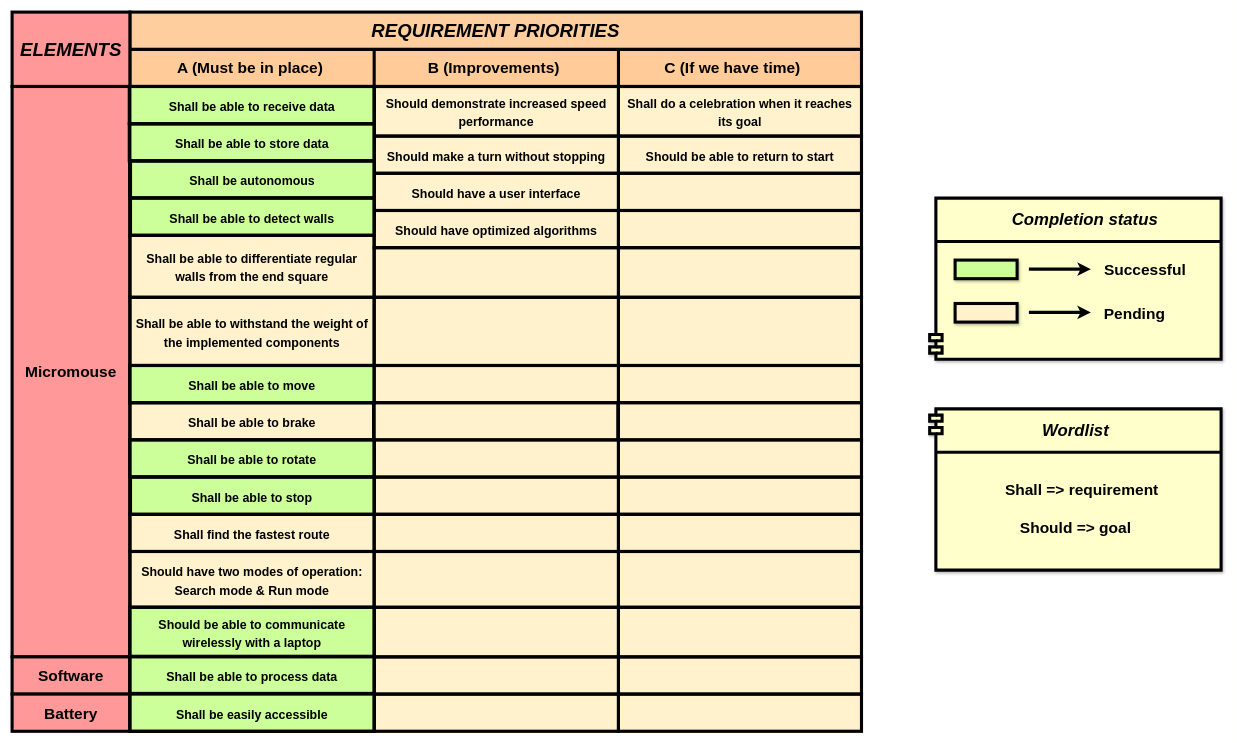
Above: Project infrastructure/ABC-requirements.drawio in asklindbraten/2023Gruppe4-Micromouse (draw.io), before the change. Source tidied: cells renumbered, new cells numbered last; positions are measured from the earlier drawing's top-left corner, leaving out a move shared by most shapes. Both pictures are drawn from the tidied source at 62%, with x=0, y=0 at pixel (12, 12).
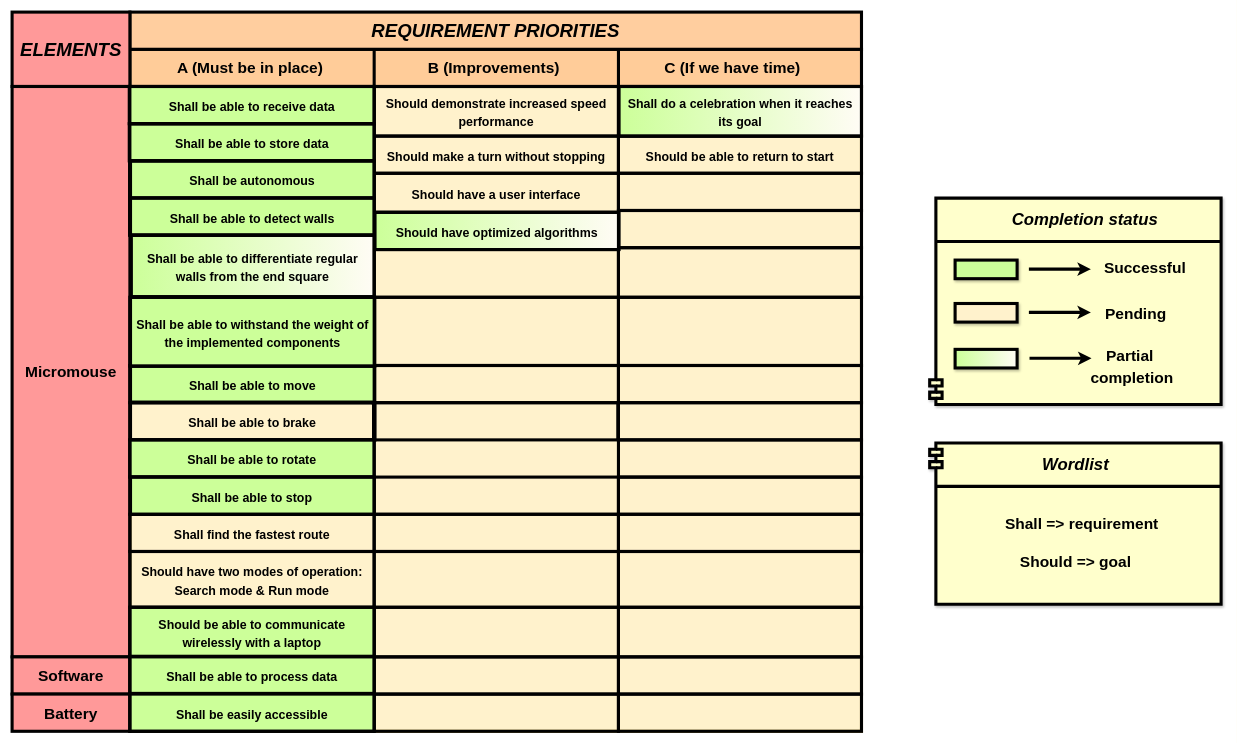
The same page after the edit.

Diff of the diagram source:
```diff
@@
     <mxCell id="16" value="&lt;span style=&quot;font-size: 20px;&quot;&gt;Should have a user interface&lt;/span&gt;" style="rounded=0;whiteSpace=wrap;html=1;strokeWidth=5;fontSize=25;fillColor=none;gradientColor=none;gradientDirection=west;fontStyle=1;" parent="1" vertex="1">
-      <mxGeometry x="584" y="260" width="394" height="60" as="geometry" />
+      <mxGeometry x="584" y="260" width="394" height="63" as="geometry" />
     </mxCell>
-    <mxCell id="17" value="&lt;span style=&quot;font-size: 20px;&quot;&gt;Should have optimized algorithms&lt;/span&gt;" style="rounded=0;whiteSpace=wrap;html=1;strokeWidth=5;fontSize=25;fillColor=none;gradientColor=none;gradientDirection=west;fontStyle=1;" parent="1" vertex="1">
-      <mxGeometry x="584" y="320" width="394" height="60" as="geometry" />
-    </mxCell>
-    <mxCell id="18" value="&lt;font style=&quot;font-size: 20px;&quot;&gt;Shall do a celebration when it reaches its goal&lt;/font&gt;" style="rounded=0;whiteSpace=wrap;html=1;strokeWidth=5;fontSize=25;fillColor=none;gradientColor=none;gradientDirection=west;fontStyle=1;" parent="1" vertex="1">
-      <mxGeometry x="978" y="120" width="392" height="80" as="geometry" />
-    </mxCell>
@@
     <mxCell id="30" style="rounded=0;whiteSpace=wrap;html=1;strokeWidth=5;fontSize=25;fillColor=none;gradientColor=none;gradientDirection=west;fontStyle=1;" parent="1" vertex="1">
-      <mxGeometry x="584" y="690" width="394" height="60" as="geometry" />
+      <mxGeometry x="191" y="630" width="394" height="60" as="geometry" />
     </mxCell>
@@
-    <mxCell id="43" value="&lt;span id=&quot;docs-internal-guid-b6cd6df0-7fff-4977-2a19-5d41a233b6b3&quot;&gt;&lt;span style=&quot;font-family: Arial, sans-serif; background-color: transparent; font-variant-numeric: normal; font-variant-east-asian: normal; vertical-align: baseline;&quot;&gt;&lt;font style=&quot;font-size: 20px;&quot;&gt;Shall be able to differentiate regular walls from the end square&lt;/font&gt;&lt;/span&gt;&lt;/span&gt;" style="rounded=0;whiteSpace=wrap;html=1;strokeWidth=5;fontSize=25;fillColor=none;gradientColor=none;gradientDirection=west;fontStyle=1;" parent="1" vertex="1">
-      <mxGeometry x="190" y="360" width="394" height="100" as="geometry" />
-    </mxCell>
-    <mxCell id="44" value="&lt;span id=&quot;docs-internal-guid-7dd93926-7fff-0476-73ab-c88662d5bdf3&quot;&gt;&lt;span style=&quot;font-family: Arial, sans-serif; background-color: transparent; font-variant-numeric: normal; font-variant-east-asian: normal; vertical-align: baseline;&quot;&gt;&lt;font style=&quot;font-size: 20px;&quot;&gt;Shall be able to withstand the weight of the implemented components&lt;/font&gt;&lt;/span&gt;&lt;/span&gt;" style="rounded=0;whiteSpace=wrap;html=1;strokeWidth=5;fontSize=25;fillColor=none;gradientColor=none;gradientDirection=west;fontStyle=1;" parent="1" vertex="1">
-      <mxGeometry x="190" y="460" width="394" height="110" as="geometry" />
-    </mxCell>
     <mxCell id="45" value="&lt;span id=&quot;docs-internal-guid-7dd93926-7fff-0476-73ab-c88662d5bdf3&quot;&gt;&lt;span style=&quot;font-family: Arial, sans-serif; background-color: transparent; font-variant-numeric: normal; font-variant-east-asian: normal; vertical-align: baseline;&quot;&gt;&lt;font style=&quot;font-size: 20px;&quot;&gt;Shall be able to brake&lt;/font&gt;&lt;/span&gt;&lt;/span&gt;" style="rounded=0;whiteSpace=wrap;html=1;strokeWidth=5;fontSize=25;fillColor=none;gradientColor=none;gradientDirection=west;fontStyle=1;" parent="1" vertex="1">
-      <mxGeometry x="190" y="630" width="394" height="60" as="geometry" />
+      <mxGeometry x="190" y="630" width="395" height="60" as="geometry" />
     </mxCell>
@@
     <mxCell id="49" style="shape=module;align=left;spacingLeft=20;align=center;verticalAlign=top;shadow=1;strokeColor=#000000;strokeWidth=5;fontSize=27;fillColor=#FFFFCC;gradientColor=none;gradientDirection=south;fontStyle=3;" parent="1" vertex="1">
-      <mxGeometry x="1480" y="640" width="470" height="260" as="geometry" />
+      <mxGeometry x="1480" y="695" width="470" height="260" as="geometry" />
     </mxCell>
     <mxCell id="50" value="&lt;b&gt;&lt;i&gt;Wordlist&lt;/i&gt;&lt;/b&gt;" style="text;html=1;align=center;verticalAlign=middle;strokeColor=none;fillColor=none;fontSize=27;" parent="1" vertex="1">
-      <mxGeometry x="1650" y="650" width="130" height="50" as="geometry" />
+      <mxGeometry x="1650" y="705" width="130" height="50" as="geometry" />
     </mxCell>
     <mxCell id="51" style="endArrow=none;html=1;rounded=0;strokeWidth=5;fontSize=27;exitX=0;exitY=0.25;exitDx=0;exitDy=0;" parent="1" edge="1">
       <mxGeometry relative="1" as="geometry">
-        <mxPoint x="1490" y="710" as="sourcePoint" />
-        <mxPoint x="1950" y="710" as="targetPoint" />
+        <mxPoint x="1490" y="765" as="sourcePoint" />
+        <mxPoint x="1950" y="765" as="targetPoint" />
       </mxGeometry>
     </mxCell>
     <mxCell id="52" style="shape=module;align=left;spacingLeft=20;align=center;verticalAlign=top;shadow=1;strokeColor=#000000;strokeWidth=5;fontSize=27;fillColor=#FFFFCC;gradientColor=none;gradientDirection=south;fontStyle=3;flipV=1;" parent="1" vertex="1">
-      <mxGeometry x="1480" y="300" width="470" height="260" as="geometry" />
+      <mxGeometry x="1480" y="300" width="470" height="333" as="geometry" />
     </mxCell>
@@
     <mxCell id="57" value="&lt;b&gt;&lt;font style=&quot;font-size: 25px;&quot;&gt;Successful&lt;/font&gt;&lt;/b&gt;" style="text;html=1;align=center;verticalAlign=middle;strokeColor=none;fillColor=none;fontSize=30;" parent="1" vertex="1">
-      <mxGeometry x="1747" y="388" width="160" height="50" as="geometry" />
+      <mxGeometry x="1747" y="384.5" width="160" height="50" as="geometry" />
     </mxCell>
@@
     <mxCell id="60" value="&lt;b&gt;&lt;font style=&quot;font-size: 25px;&quot;&gt;Pending&lt;/font&gt;&lt;/b&gt;" style="text;html=1;align=center;verticalAlign=middle;strokeColor=none;fillColor=none;fontSize=30;" parent="1" vertex="1">
-      <mxGeometry x="1750" y="460" width="120" height="50" as="geometry" />
+      <mxGeometry x="1752" y="460" width="120" height="50" as="geometry" />
     </mxCell>
@@
     <mxCell id="62" value="&lt;b&gt;Shall =&amp;gt; requirement&lt;/b&gt;" style="text;html=1;align=center;verticalAlign=middle;strokeColor=none;fillColor=none;fontSize=25;" parent="1" vertex="1">
-      <mxGeometry x="1590" y="750" width="270" height="40" as="geometry" />
+      <mxGeometry x="1590" y="805" width="270" height="40" as="geometry" />
     </mxCell>
     <mxCell id="63" value="&lt;b&gt;Should =&amp;gt; goal&lt;/b&gt;" style="text;html=1;align=center;verticalAlign=middle;strokeColor=none;fillColor=none;fontSize=25;" parent="1" vertex="1">
-      <mxGeometry x="1615" y="810" width="200" height="40" as="geometry" />
+      <mxGeometry x="1615" y="865" width="200" height="40" as="geometry" />
     </mxCell>
@@
     <mxCell id="67" value="&lt;span id=&quot;docs-internal-guid-7dd93926-7fff-0476-73ab-c88662d5bdf3&quot;&gt;&lt;span style=&quot;font-family: Arial, sans-serif; background-color: transparent; font-variant-numeric: normal; font-variant-east-asian: normal; vertical-align: baseline;&quot;&gt;&lt;font style=&quot;font-size: 20px;&quot;&gt;Shall be able to move&lt;/font&gt;&lt;/span&gt;&lt;/span&gt;" style="rounded=0;whiteSpace=wrap;html=1;strokeWidth=5;fontSize=25;fillColor=none;gradientColor=none;gradientDirection=west;fontStyle=1;" parent="1" vertex="1">
-      <mxGeometry x="190" y="570" width="394" height="60" as="geometry" />
+      <mxGeometry x="191" y="571" width="394" height="58" as="geometry" />
     </mxCell>
@@
+    <mxCell id="83" style="rounded=0;whiteSpace=wrap;html=1;fillColor=#CCFF99;strokeWidth=5;gradientColor=#FFFCF5;gradientDirection=east;" parent="1" vertex="1">
+      <mxGeometry x="192" y="360" width="392" height="99" as="geometry" />
+    </mxCell>
     <mxCell id="79" value="&lt;font style=&quot;font-size: 20px;&quot;&gt;Shall be able to detect walls&lt;/font&gt;" style="rounded=0;whiteSpace=wrap;html=1;strokeWidth=5;fontSize=25;fillColor=none;gradientColor=none;gradientDirection=west;fontStyle=1;" parent="1" vertex="1">
-      <mxGeometry x="190" y="300" width="394" height="60" as="geometry" />
+      <mxGeometry x="189.5" y="300" width="394.5" height="60" as="geometry" />
     </mxCell>
@@
+    <mxCell id="84" style="rounded=0;whiteSpace=wrap;html=1;fillColor=#CCFF99;strokeWidth=5;gradientColor=#FFFCF5;gradientDirection=east;" parent="1" vertex="1">
+      <mxGeometry x="585" y="323" width="393" height="60" as="geometry" />
+    </mxCell>
+    <mxCell id="85" style="rounded=0;whiteSpace=wrap;html=1;fillColor=#CCFF99;strokeWidth=5;gradientColor=#FFFCF5;gradientDirection=east;" parent="1" vertex="1">
+      <mxGeometry x="978" y="120" width="392" height="80" as="geometry" />
+    </mxCell>
+    <mxCell id="86" style="rounded=0;whiteSpace=wrap;html=1;fillColor=#CCFF99;strokeWidth=5;" parent="1" vertex="1">
+      <mxGeometry x="190" y="460" width="394" height="111" as="geometry" />
+    </mxCell>
+    <mxCell id="44" value="&lt;span id=&quot;docs-internal-guid-7dd93926-7fff-0476-73ab-c88662d5bdf3&quot;&gt;&lt;span style=&quot;font-family: Arial, sans-serif; background-color: transparent; font-variant-numeric: normal; font-variant-east-asian: normal; vertical-align: baseline;&quot;&gt;&lt;font style=&quot;font-size: 20px;&quot;&gt;Shall be able to withstand the weight of the implemented components&lt;/font&gt;&lt;/span&gt;&lt;/span&gt;" style="rounded=0;whiteSpace=wrap;html=1;strokeWidth=5;fontSize=25;fillColor=none;gradientColor=none;gradientDirection=west;fontStyle=1;" parent="1" vertex="1">
+      <mxGeometry x="191" y="460" width="394" height="111" as="geometry" />
+    </mxCell>
+    <mxCell id="43" value="&lt;span id=&quot;docs-internal-guid-b6cd6df0-7fff-4977-2a19-5d41a233b6b3&quot;&gt;&lt;span style=&quot;font-family: Arial, sans-serif; background-color: transparent; font-variant-numeric: normal; font-variant-east-asian: normal; vertical-align: baseline;&quot;&gt;&lt;font style=&quot;font-size: 20px;&quot;&gt;Shall be able to differentiate regular walls from the end square&lt;/font&gt;&lt;/span&gt;&lt;/span&gt;" style="rounded=0;whiteSpace=wrap;html=1;strokeWidth=5;fontSize=25;fillColor=none;gradientColor=none;gradientDirection=west;fontStyle=1;" parent="1" vertex="1">
+      <mxGeometry x="192" y="359.5" width="392" height="100" as="geometry" />
+    </mxCell>
+    <mxCell id="17" value="&lt;span style=&quot;font-size: 20px;&quot;&gt;Should have optimized algorithms&lt;/span&gt;" style="rounded=0;whiteSpace=wrap;html=1;strokeWidth=5;fontSize=25;fillColor=none;gradientColor=none;gradientDirection=west;fontStyle=1;" parent="1" vertex="1">
+      <mxGeometry x="585" y="323" width="394" height="60" as="geometry" />
+    </mxCell>
+    <mxCell id="18" value="&lt;font style=&quot;font-size: 20px;&quot;&gt;Shall do a celebration when it reaches its goal&lt;/font&gt;" style="rounded=0;whiteSpace=wrap;html=1;strokeWidth=5;fontSize=25;fillColor=none;gradientColor=none;gradientDirection=west;fontStyle=1;" parent="1" vertex="1">
+      <mxGeometry x="979" y="120" width="391" height="80" as="geometry" />
+    </mxCell>
+    <mxCell id="87" style="rounded=0;whiteSpace=wrap;html=1;shadow=1;strokeColor=#000000;strokeWidth=5;fontSize=30;fillColor=#CCFF99;gradientColor=#FFFCF5;gradientDirection=east;" parent="1" vertex="1">
+      <mxGeometry x="1521" y="544" width="100" height="30" as="geometry" />
+    </mxCell>
+    <mxCell id="88" style="endArrow=classic;html=1;rounded=0;strokeWidth=5;fontSize=30;" parent="1" edge="1">
+      <mxGeometry relative="1" as="geometry">
+        <mxPoint x="1641" y="558.4" as="sourcePoint" />
+        <mxPoint x="1741" y="558.4" as="targetPoint" />
+      </mxGeometry>
+    </mxCell>
+    <mxCell id="89" value="&lt;b&gt;&lt;font style=&quot;font-size: 25px;&quot;&gt;Partial&amp;nbsp;&lt;br&gt;completion&lt;br&gt;&lt;/font&gt;&lt;/b&gt;" style="text;html=1;align=center;verticalAlign=middle;strokeColor=none;fillColor=none;fontSize=30;" parent="1" vertex="1">
+      <mxGeometry x="1730" y="528" width="151" height="84" as="geometry" />
+    </mxCell>
```
